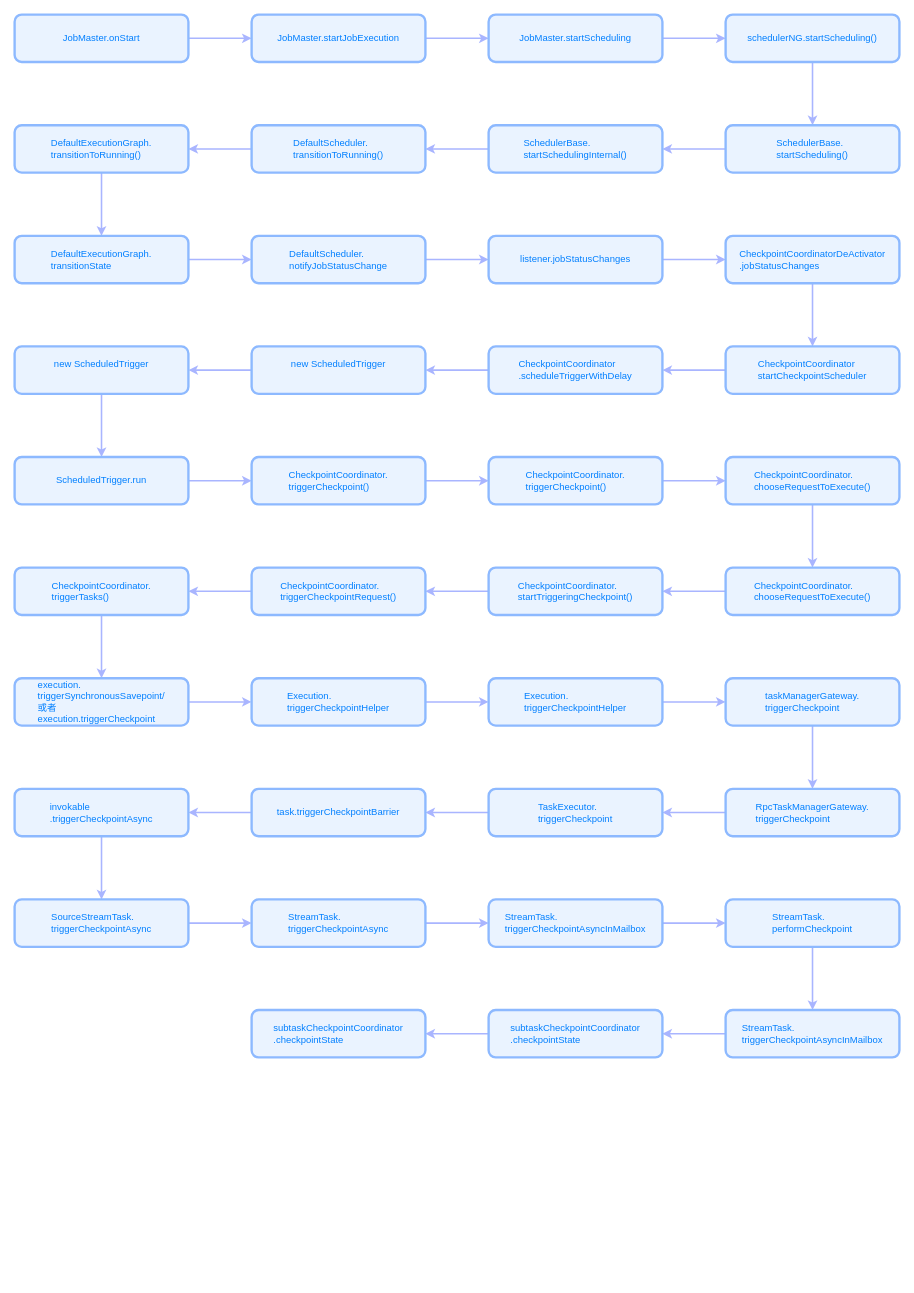
The draw.io diagram flink/未命名绘图.drawio in 2pc/mydrawio, before the edit. Source tidied: cells renumbered, new cells numbered last; positions are measured from the earlier drawing's top-left corner, leaving out a move shared by most shapes. Both pictures are drawn from the tidied source at 79%, with x=0, y=0 at pixel (14, 14).
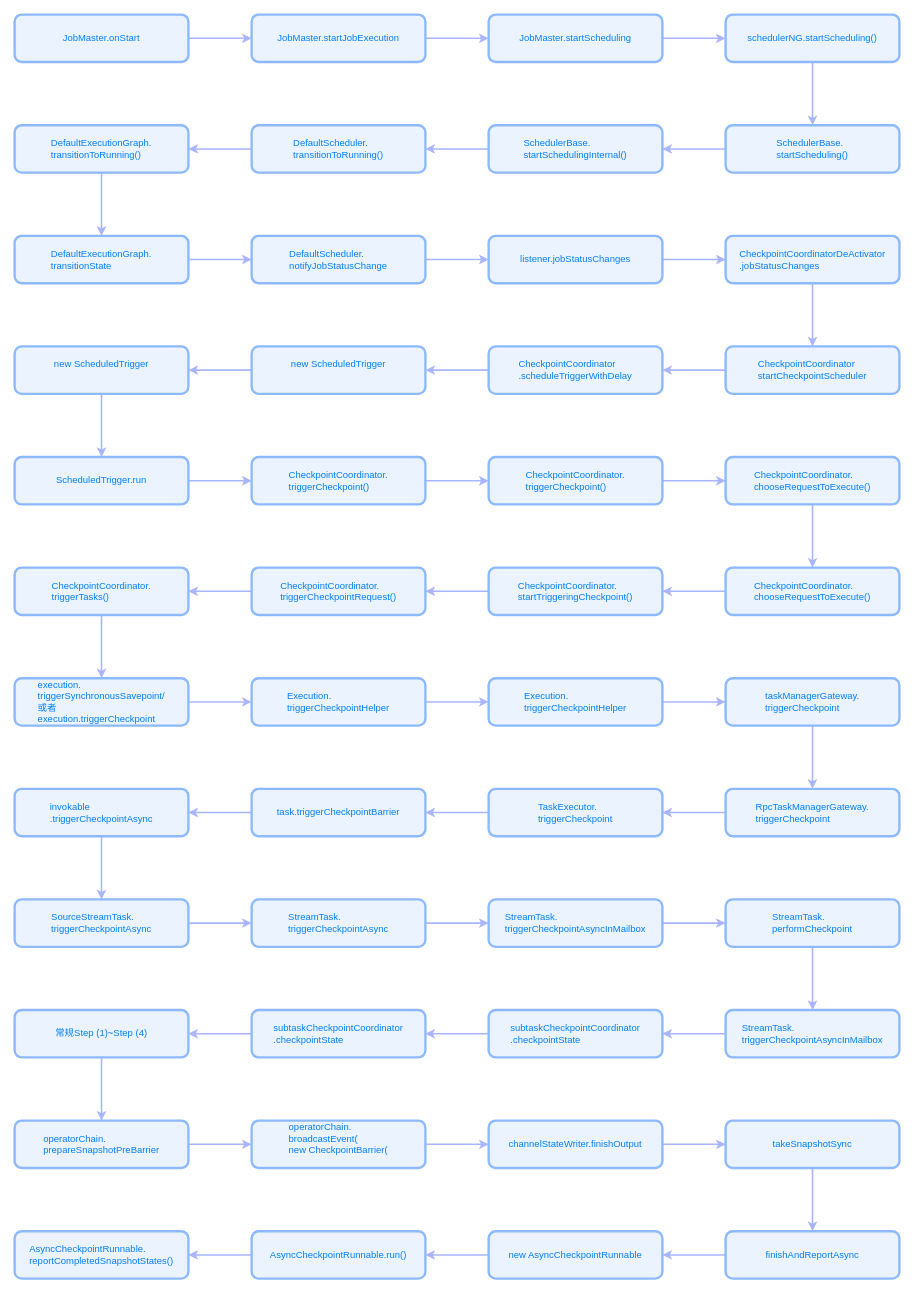
Above is the later version.

Unchanged cells that the change refers to:
```xml
<mxCell id="78" value="&lt;div style=&quot;text-align: left;&quot;&gt;&lt;font color=&quot;#007fff&quot;&gt;subtaskCheckpointCoordinator&lt;/font&gt;&lt;/div&gt;&lt;div style=&quot;text-align: left;&quot;&gt;&lt;font color=&quot;#007fff&quot;&gt;.checkpointState&lt;/font&gt;&lt;br&gt;&lt;/div&gt;" style="rounded=1;whiteSpace=wrap;html=1;fillColor=#EAF3FF;strokeColor=#8DB9FF;strokeWidth=3;" parent="1" vertex="1">
  <mxGeometry x="300" y="1260" width="220" height="60" as="geometry" />
</mxCell>
```

What changed in the source:
```diff
@@
+    <mxCell id="79" style="edgeStyle=orthogonalEdgeStyle;rounded=0;jettySize=auto;html=1;fontFamily=Helvetica;fontSize=12;fontColor=#007FFF;strokeColor=#A9B5FF;strokeWidth=2;" parent="1" edge="1" source="78" target="81">
+      <mxGeometry relative="1" as="geometry" />
+    </mxCell>
@@
+    <mxCell id="80" style="edgeStyle=orthogonalEdgeStyle;rounded=0;jettySize=auto;html=1;fontFamily=Helvetica;fontSize=12;fontColor=#007FFF;strokeColor=#A9B5FF;strokeWidth=2;" parent="1" edge="1" source="81" target="83">
+      <mxGeometry relative="1" as="geometry" />
+    </mxCell>
+    <mxCell id="81" value="&lt;div style=&quot;text-align: left;&quot;&gt;&lt;span style=&quot;background-color: initial;&quot;&gt;&lt;font color=&quot;#007fff&quot;&gt;常规Step (1)~&lt;/font&gt;&lt;/span&gt;&lt;span style=&quot;background-color: initial; color: rgb(0, 127, 255);&quot;&gt;Step (4)&lt;/span&gt;&lt;/div&gt;" style="rounded=1;whiteSpace=wrap;html=1;fillColor=#EAF3FF;strokeColor=#8DB9FF;strokeWidth=3;" parent="1" vertex="1">
+      <mxGeometry y="1260" width="220" height="60" as="geometry" />
+    </mxCell>
+    <mxCell id="82" style="edgeStyle=orthogonalEdgeStyle;rounded=0;jettySize=auto;html=1;fontFamily=Helvetica;fontSize=12;fontColor=#007FFF;strokeColor=#A9B5FF;strokeWidth=2;" parent="1" edge="1" source="83" target="85">
+      <mxGeometry relative="1" as="geometry" />
+    </mxCell>
+    <mxCell id="83" value="&lt;div style=&quot;text-align: left;&quot;&gt;&lt;font color=&quot;#007fff&quot;&gt;operatorChain.&lt;/font&gt;&lt;/div&gt;&lt;div style=&quot;text-align: left;&quot;&gt;&lt;font color=&quot;#007fff&quot;&gt;prepareSnapshotPreBarrier&lt;/font&gt;&lt;br&gt;&lt;/div&gt;" style="rounded=1;whiteSpace=wrap;html=1;fillColor=#EAF3FF;strokeColor=#8DB9FF;strokeWidth=3;" parent="1" vertex="1">
+      <mxGeometry y="1400" width="220" height="60" as="geometry" />
+    </mxCell>
+    <mxCell id="84" style="edgeStyle=orthogonalEdgeStyle;rounded=0;jettySize=auto;html=1;fontFamily=Helvetica;fontSize=12;fontColor=#007FFF;strokeColor=#A9B5FF;strokeWidth=2;" parent="1" edge="1" source="85" target="87">
+      <mxGeometry relative="1" as="geometry" />
+    </mxCell>
+    <mxCell id="85" value="&lt;div style=&quot;text-align: left;&quot;&gt;&lt;font color=&quot;#007fff&quot;&gt;operatorChain.&lt;/font&gt;&lt;/div&gt;&lt;div style=&quot;text-align: left;&quot;&gt;&lt;font color=&quot;#007fff&quot;&gt;broadcastEvent(&lt;/font&gt;&lt;/div&gt;&lt;div style=&quot;text-align: left;&quot;&gt;&lt;span style=&quot;color: rgb(0, 127, 255); background-color: initial;&quot;&gt;new CheckpointBarrier(&lt;/span&gt;&lt;/div&gt;&lt;div style=&quot;text-align: left;&quot;&gt;&lt;br&gt;&lt;/div&gt;" style="rounded=1;whiteSpace=wrap;html=1;fillColor=#EAF3FF;strokeColor=#8DB9FF;strokeWidth=3;" parent="1" vertex="1">
+      <mxGeometry x="300" y="1400" width="220" height="60" as="geometry" />
+    </mxCell>
+    <mxCell id="86" style="edgeStyle=orthogonalEdgeStyle;rounded=0;jettySize=auto;html=1;fontFamily=Helvetica;fontSize=12;fontColor=#007FFF;strokeColor=#A9B5FF;strokeWidth=2;" parent="1" edge="1" source="87" target="89">
+      <mxGeometry relative="1" as="geometry" />
+    </mxCell>
+    <mxCell id="87" value="&lt;div style=&quot;text-align: left;&quot;&gt;&lt;font color=&quot;#007fff&quot;&gt;channelStateWriter.finishOutput&lt;/font&gt;&lt;br&gt;&lt;/div&gt;" style="rounded=1;whiteSpace=wrap;html=1;fillColor=#EAF3FF;strokeColor=#8DB9FF;strokeWidth=3;" parent="1" vertex="1">
+      <mxGeometry x="600" y="1400" width="220" height="60" as="geometry" />
+    </mxCell>
+    <mxCell id="88" style="edgeStyle=orthogonalEdgeStyle;rounded=0;jettySize=auto;html=1;fontFamily=Helvetica;fontSize=12;fontColor=#007FFF;strokeColor=#A9B5FF;strokeWidth=2;" parent="1" edge="1" source="89" target="91">
+      <mxGeometry relative="1" as="geometry" />
+    </mxCell>
+    <mxCell id="89" value="&lt;div style=&quot;text-align: left;&quot;&gt;&lt;font color=&quot;#007fff&quot;&gt;takeSnapshotSync&lt;/font&gt;&lt;br&gt;&lt;/div&gt;" style="rounded=1;whiteSpace=wrap;html=1;fillColor=#EAF3FF;strokeColor=#8DB9FF;strokeWidth=3;" parent="1" vertex="1">
+      <mxGeometry x="900" y="1400" width="220" height="60" as="geometry" />
+    </mxCell>
+    <mxCell id="90" style="edgeStyle=orthogonalEdgeStyle;rounded=0;jettySize=auto;html=1;fontFamily=Helvetica;fontSize=12;fontColor=#007FFF;strokeColor=#A9B5FF;strokeWidth=2;" parent="1" edge="1" source="91" target="93">
+      <mxGeometry relative="1" as="geometry" />
+    </mxCell>
+    <mxCell id="91" value="&lt;div style=&quot;text-align: left;&quot;&gt;&lt;font color=&quot;#007fff&quot;&gt;finishAndReportAsync&lt;/font&gt;&lt;br&gt;&lt;/div&gt;" style="rounded=1;whiteSpace=wrap;html=1;fillColor=#EAF3FF;strokeColor=#8DB9FF;strokeWidth=3;" parent="1" vertex="1">
+      <mxGeometry x="900" y="1540" width="220" height="60" as="geometry" />
+    </mxCell>
+    <mxCell id="92" style="edgeStyle=orthogonalEdgeStyle;rounded=0;jettySize=auto;html=1;fontFamily=Helvetica;fontSize=12;fontColor=#007FFF;strokeColor=#A9B5FF;strokeWidth=2;" parent="1" edge="1" source="93" target="95">
+      <mxGeometry relative="1" as="geometry" />
+    </mxCell>
+    <mxCell id="93" value="&lt;div style=&quot;text-align: left;&quot;&gt;&lt;font color=&quot;#007fff&quot;&gt;new AsyncCheckpointRunnable&lt;/font&gt;&lt;br&gt;&lt;/div&gt;" style="rounded=1;whiteSpace=wrap;html=1;fillColor=#EAF3FF;strokeColor=#8DB9FF;strokeWidth=3;" parent="1" vertex="1">
+      <mxGeometry x="600" y="1540" width="220" height="60" as="geometry" />
+    </mxCell>
+    <mxCell id="94" style="edgeStyle=orthogonalEdgeStyle;rounded=0;jettySize=auto;html=1;fontFamily=Helvetica;fontSize=12;fontColor=#007FFF;strokeColor=#A9B5FF;strokeWidth=2;" parent="1" edge="1" source="95" target="96">
+      <mxGeometry relative="1" as="geometry" />
+    </mxCell>
+    <mxCell id="95" value="&lt;div style=&quot;text-align: left;&quot;&gt;&lt;font color=&quot;#007fff&quot;&gt;AsyncCheckpointRunnable.run()&lt;/font&gt;&lt;br&gt;&lt;/div&gt;" style="rounded=1;whiteSpace=wrap;html=1;fillColor=#EAF3FF;strokeColor=#8DB9FF;strokeWidth=3;" parent="1" vertex="1">
+      <mxGeometry x="300" y="1540" width="220" height="60" as="geometry" />
+    </mxCell>
+    <mxCell id="96" value="&lt;div style=&quot;text-align: left;&quot;&gt;&lt;font color=&quot;#007fff&quot;&gt;AsyncCheckpointRunnable.&lt;/font&gt;&lt;/div&gt;&lt;div style=&quot;text-align: left;&quot;&gt;&lt;span style=&quot;background-color: initial;&quot;&gt;&lt;font color=&quot;#007fff&quot;&gt;reportCompletedSnapshotStates&lt;/font&gt;&lt;/span&gt;&lt;span style=&quot;background-color: initial; color: rgb(0, 127, 255);&quot;&gt;()&lt;/span&gt;&lt;/div&gt;" style="rounded=1;whiteSpace=wrap;html=1;fillColor=#EAF3FF;strokeColor=#8DB9FF;strokeWidth=3;" parent="1" vertex="1">
+      <mxGeometry y="1540" width="220" height="60" as="geometry" />
+    </mxCell>
```
